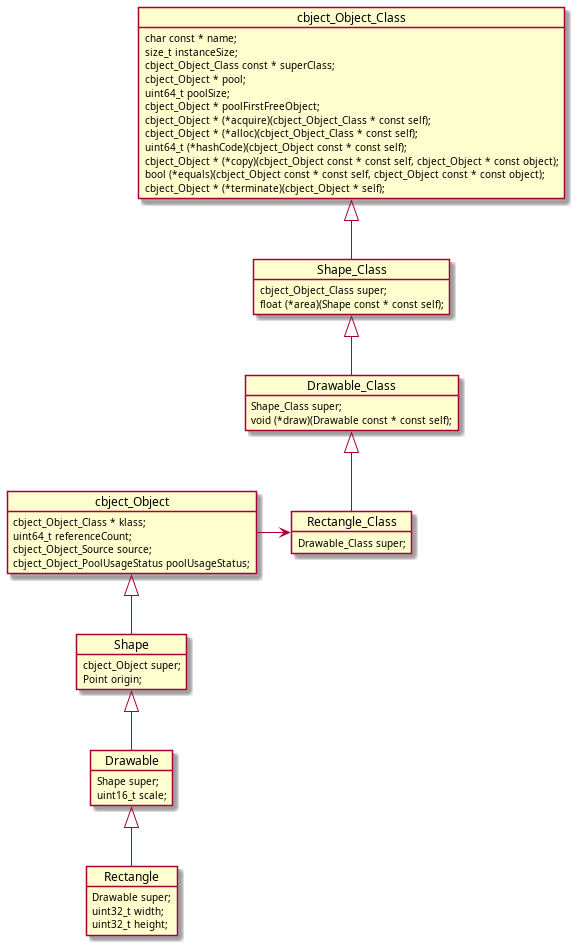
The PlantUML diagram docs/media/diag-rectangle-class-example.png in alexmarincu/Cbject, before a commit.
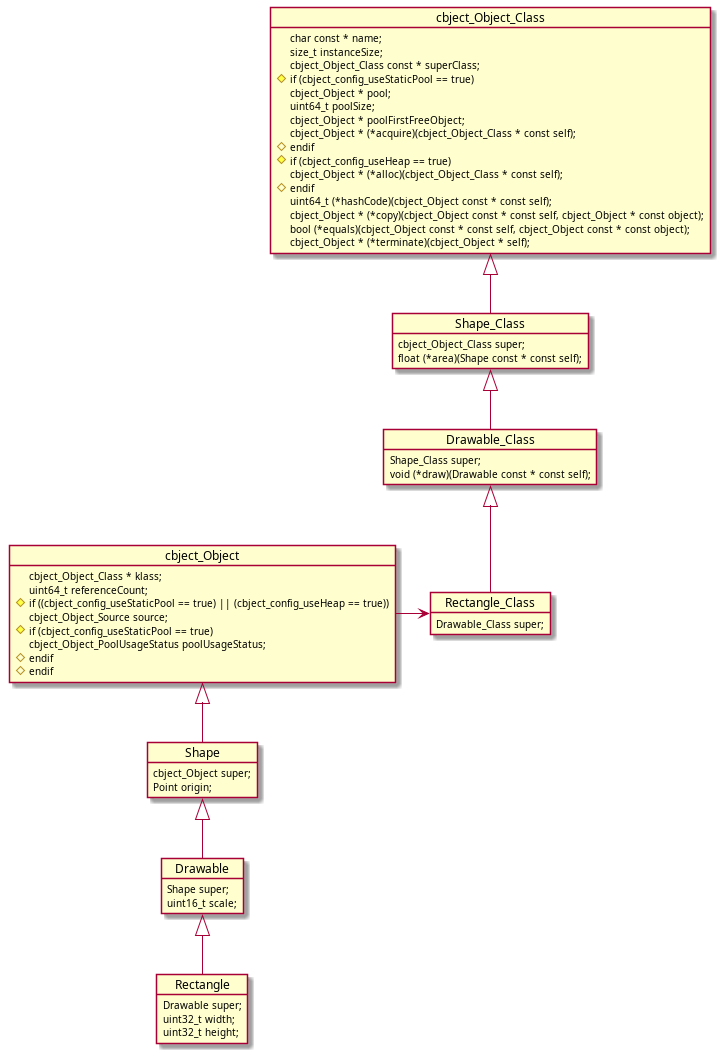
The same file after the commit.

The edit, as a diff of the source:
```diff
@@ -26,18 +26,26 @@
 object cbject_Object {
     cbject_Object_Class * klass;
     uint64_t referenceCount;
+#if ((cbject_config_useStaticPool == true) || (cbject_config_useHeap == true))
     cbject_Object_Source source;
+#if (cbject_config_useStaticPool == true)
     cbject_Object_PoolUsageStatus poolUsageStatus;
+#endif
+#endif
 }
 object cbject_Object_Class {
     char const * name;
     size_t instanceSize;
     cbject_Object_Class const * superClass;
+#if (cbject_config_useStaticPool == true)
     cbject_Object * pool;
     uint64_t poolSize;
     cbject_Object * poolFirstFreeObject;
     cbject_Object * (*acquire)(cbject_Object_Class * const self);
+#endif
+#if (cbject_config_useHeap == true)
     cbject_Object * (*alloc)(cbject_Object_Class * const self);
+#endif
     uint64_t (*hashCode)(cbject_Object const * const self);
     cbject_Object * (*copy)(cbject_Object const * const self, cbject_Object * const object);
     bool (*equals)(cbject_Object const * const self, cbject_Object const * const object);
```
